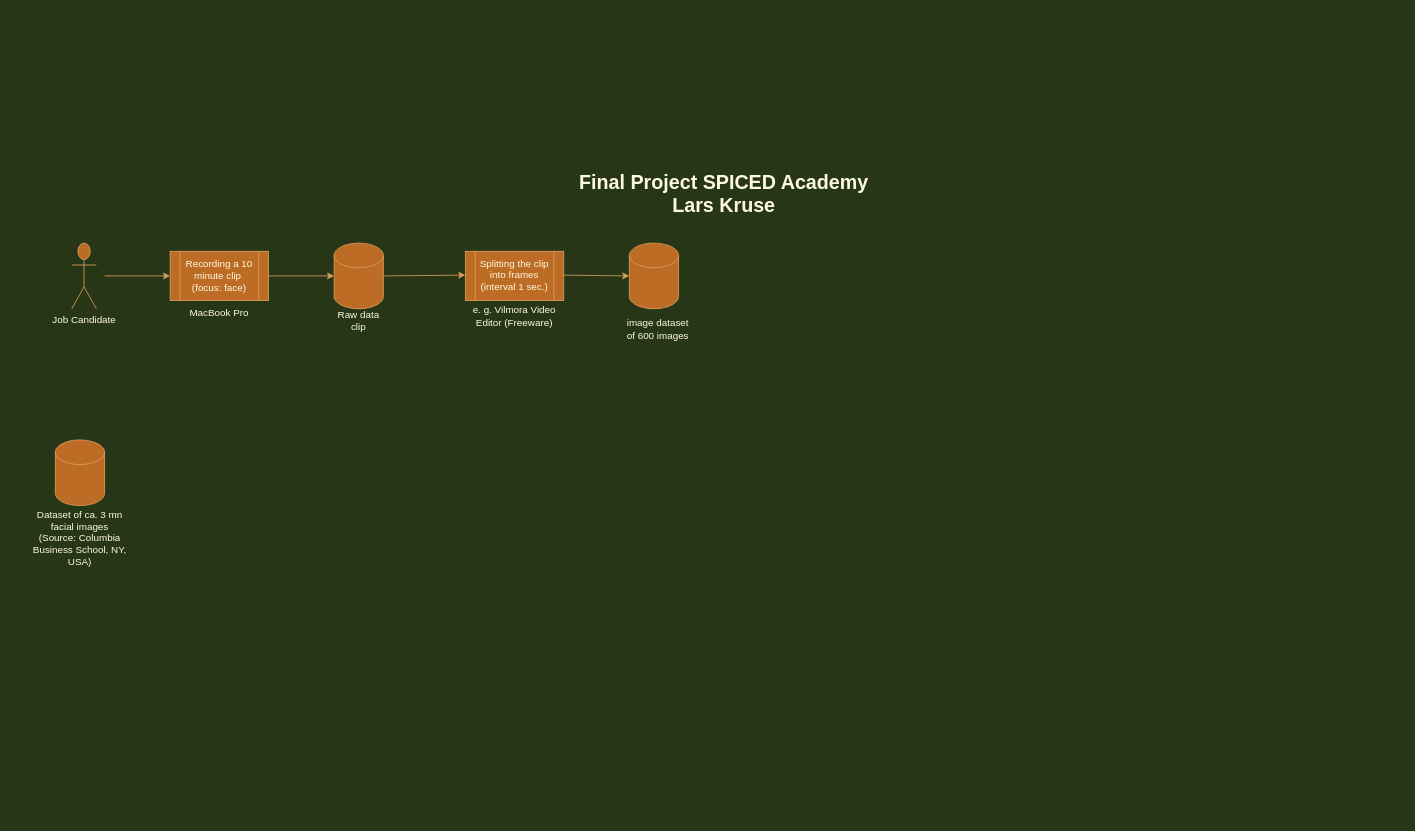
Above: page "Page-1" (1 of 2) of Untitled Diagram.drawio in larskruseberlin/week11 (draw.io), before the change. Source tidied: cells renumbered, new cells numbered last; positions are measured from the earlier drawing's top-left corner, leaving out a move shared by most shapes. Both pictures are drawn from the tidied source at 82%, with x=0, y=0 at pixel (30, 177).
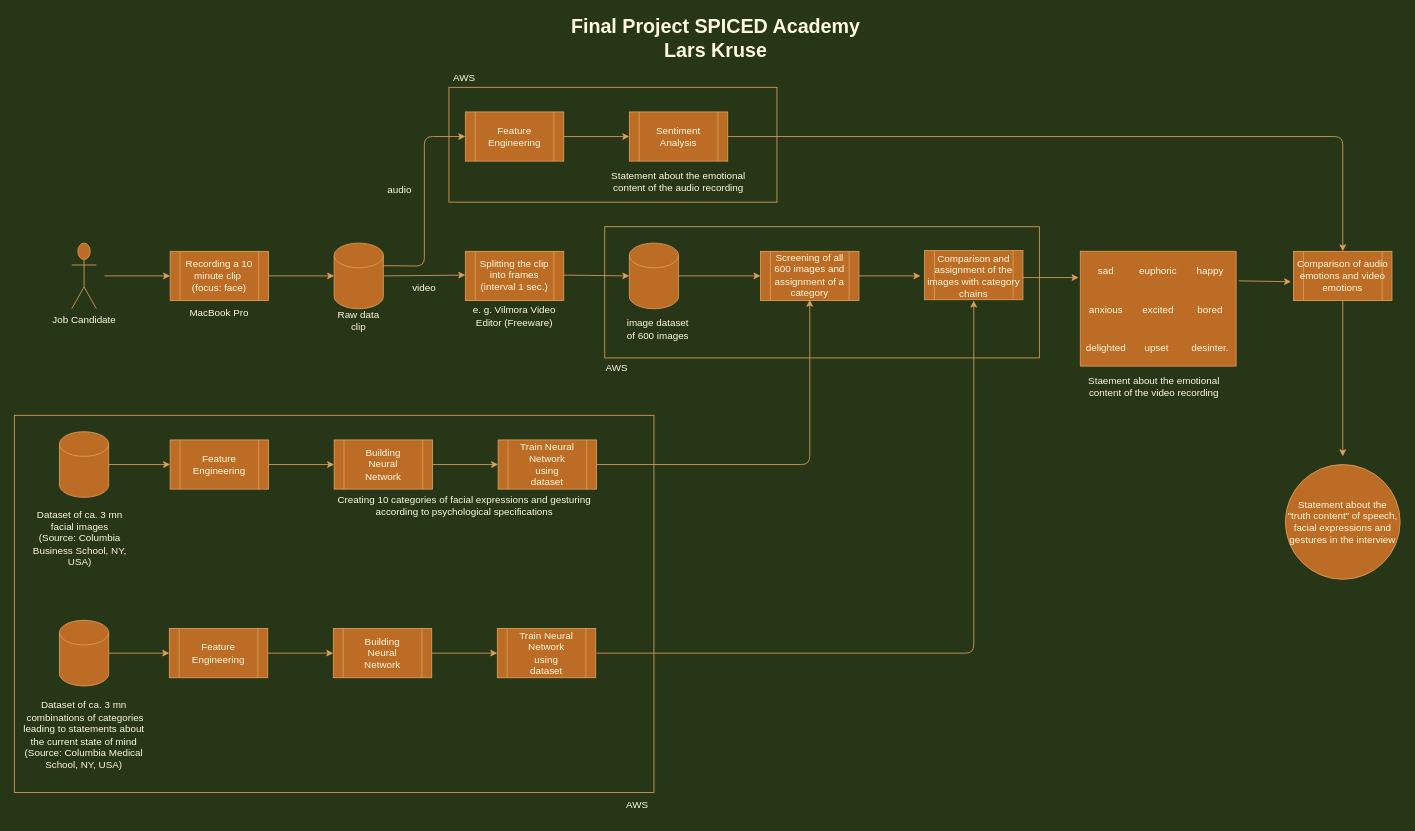
The same diagram, later.

The change refers to these unchanged cells:
```xml
<mxCell id="4" style="shape=cylinder3;whiteSpace=wrap;html=1;boundedLbl=1;backgroundOutline=1;size=15;fontColor=#FEFAE0;fillColor=#BC6C25;strokeColor=#DDA15E;" parent="1" vertex="1">
  <mxGeometry x="370" y="80" width="60" height="80" as="geometry" />
</mxCell>
<mxCell id="12" value="Splitting the clip &lt;br&gt;into frames&lt;br&gt;(interval 1 sec.)" style="text;html=1;strokeColor=none;fillColor=none;align=center;verticalAlign=middle;whiteSpace=wrap;rounded=0;fontColor=#FEFAE0;" parent="1" vertex="1">
  <mxGeometry x="530" y="94" width="120" height="50" as="geometry" />
</mxCell>
<mxCell id="14" style="shape=cylinder3;whiteSpace=wrap;html=1;boundedLbl=1;backgroundOutline=1;size=15;fontColor=#FEFAE0;fillColor=#BC6C25;strokeColor=#DDA15E;" parent="1" vertex="1">
  <mxGeometry x="730" y="80" width="60" height="80" as="geometry" />
</mxCell>
```

Diff of the diagram source:
```diff
@@
     <mxCell id="2" value="Final Project SPICED Academy&lt;br&gt;Lars Kruse" style="text;strokeColor=none;fillColor=none;html=1;fontSize=24;fontStyle=1;verticalAlign=middle;align=center;fontColor=#FEFAE0;" parent="1" vertex="1">
-      <mxGeometry x="50" width="1590" height="40" as="geometry" />
+      <mxGeometry x="40" y="-190" width="1590" height="40" as="geometry" />
     </mxCell>
@@
-    <mxCell id="13" style="endArrow=classic;html=1;rounded=0;fontColor=#FEFAE0;exitX=1;exitY=0.5;exitDx=0;exitDy=0;exitPerimeter=0;entryX=0;entryY=0.5;entryDx=0;entryDy=0;labelBackgroundColor=#283618;strokeColor=#DDA15E;" parent="1" edge="1" source="4" target="12">
+    <mxCell id="13" style="endArrow=classic;html=1;rounded=0;fontColor=#FEFAE0;exitX=1;exitY=0.5;exitDx=0;exitDy=0;exitPerimeter=0;entryX=0;entryY=0.5;entryDx=0;entryDy=0;labelBackgroundColor=#283618;strokeColor=#DDA15E;startArrow=none;" parent="1" edge="1" source="4" target="12">
       <mxGeometry relative="1" as="geometry" />
     </mxCell>
@@
     <mxCell id="18" style="shape=cylinder3;whiteSpace=wrap;html=1;boundedLbl=1;backgroundOutline=1;size=15;rounded=0;sketch=0;fontColor=#FEFAE0;strokeColor=#DDA15E;fillColor=#BC6C25;" parent="1" vertex="1">
-      <mxGeometry x="30" y="320" width="60" height="80" as="geometry" />
+      <mxGeometry x="35" y="310" width="60" height="80" as="geometry" />
     </mxCell>
@@
+    <mxCell id="20" style="shape=process;whiteSpace=wrap;html=1;backgroundOutline=1;rounded=0;sketch=0;fontColor=#FEFAE0;strokeColor=#DDA15E;fillColor=#BC6C25;" parent="1" vertex="1">
+      <mxGeometry x="370" y="320" width="120" height="60" as="geometry" />
+    </mxCell>
+    <mxCell id="21" value="Building Neural Network" style="text;html=1;strokeColor=none;fillColor=none;align=center;verticalAlign=middle;whiteSpace=wrap;rounded=0;sketch=0;fontColor=#FEFAE0;" parent="1" vertex="1">
+      <mxGeometry x="400" y="335" width="60" height="30" as="geometry" />
+    </mxCell>
+    <mxCell id="22" style="shape=process;whiteSpace=wrap;html=1;backgroundOutline=1;rounded=0;sketch=0;fontColor=#FEFAE0;strokeColor=#DDA15E;fillColor=#BC6C25;" parent="1" vertex="1">
+      <mxGeometry x="570" y="320" width="120" height="60" as="geometry" />
+    </mxCell>
+    <mxCell id="23" value="Train Neural Network using dataset" style="text;html=1;strokeColor=none;fillColor=none;align=center;verticalAlign=middle;whiteSpace=wrap;rounded=0;sketch=0;fontColor=#FEFAE0;" parent="1" vertex="1">
+      <mxGeometry x="595" y="335" width="70" height="30" as="geometry" />
+    </mxCell>
+    <mxCell id="24" style="shape=process;whiteSpace=wrap;html=1;backgroundOutline=1;rounded=0;sketch=0;fontColor=#FEFAE0;strokeColor=#DDA15E;fillColor=#BC6C25;" parent="1" vertex="1">
+      <mxGeometry x="170" y="320" width="120" height="60" as="geometry" />
+    </mxCell>
+    <mxCell id="25" value="Feature Engineering" style="text;html=1;strokeColor=none;fillColor=none;align=center;verticalAlign=middle;whiteSpace=wrap;rounded=0;sketch=0;fontColor=#FEFAE0;" parent="1" vertex="1">
+      <mxGeometry x="200" y="335" width="60" height="30" as="geometry" />
+    </mxCell>
+    <mxCell id="26" style="endArrow=classic;html=1;rounded=1;sketch=0;fontColor=#FEFAE0;strokeColor=#DDA15E;fillColor=#BC6C25;curved=0;exitX=1;exitY=0.5;exitDx=0;exitDy=0;exitPerimeter=0;entryX=0;entryY=0.5;entryDx=0;entryDy=0;" parent="1" edge="1" source="18" target="24">
+      <mxGeometry relative="1" as="geometry" />
+    </mxCell>
+    <mxCell id="27" style="endArrow=classic;html=1;rounded=1;sketch=0;fontColor=#FEFAE0;strokeColor=#DDA15E;fillColor=#BC6C25;curved=0;entryX=0;entryY=0.5;entryDx=0;entryDy=0;" parent="1" edge="1" target="20">
+      <mxGeometry relative="1" as="geometry">
+        <mxPoint x="290" y="350" as="sourcePoint" />
+      </mxGeometry>
+    </mxCell>
+    <mxCell id="28" style="endArrow=classic;html=1;rounded=1;sketch=0;fontColor=#FEFAE0;strokeColor=#DDA15E;fillColor=#BC6C25;curved=0;exitX=1;exitY=0.5;exitDx=0;exitDy=0;entryX=0;entryY=0.5;entryDx=0;entryDy=0;" parent="1" edge="1" source="20" target="22">
+      <mxGeometry relative="1" as="geometry" />
+    </mxCell>
+    <mxCell id="29" value="Creating 10 categories of facial expressions and gesturing according to psychological specifications" style="text;html=1;strokeColor=none;fillColor=none;align=center;verticalAlign=middle;whiteSpace=wrap;rounded=0;sketch=0;fontColor=#FEFAE0;" parent="1" vertex="1">
+      <mxGeometry x="369" y="380" width="320" height="40" as="geometry" />
+    </mxCell>
+    <mxCell id="30" style="shape=process;whiteSpace=wrap;html=1;backgroundOutline=1;rounded=0;sketch=0;fontColor=#FEFAE0;strokeColor=#DDA15E;fillColor=#BC6C25;" parent="1" vertex="1">
+      <mxGeometry x="890" y="90" width="120" height="60" as="geometry" />
+    </mxCell>
+    <mxCell id="31" value="Screening of all 600 images and assignment of a category" style="text;html=1;strokeColor=none;fillColor=none;align=center;verticalAlign=middle;whiteSpace=wrap;rounded=0;sketch=0;fontColor=#FEFAE0;" parent="1" vertex="1">
+      <mxGeometry x="900" y="89" width="100" height="60" as="geometry" />
+    </mxCell>
+    <mxCell id="32" style="endArrow=classic;html=1;rounded=1;sketch=0;fontColor=#FEFAE0;strokeColor=#DDA15E;fillColor=#BC6C25;curved=0;exitX=1;exitY=0.5;exitDx=0;exitDy=0;exitPerimeter=0;entryX=0;entryY=0.5;entryDx=0;entryDy=0;" parent="1" edge="1" source="14" target="30">
+      <mxGeometry relative="1" as="geometry" />
+    </mxCell>
+    <mxCell id="33" style="endArrow=classic;html=1;rounded=1;sketch=0;fontColor=#FEFAE0;strokeColor=#DDA15E;fillColor=#BC6C25;curved=0;exitX=1;exitY=0.5;exitDx=0;exitDy=0;entryX=0.5;entryY=1;entryDx=0;entryDy=0;" parent="1" edge="1" source="22" target="31">
+      <mxGeometry relative="1" as="geometry">
+        <Array as="points">
+          <mxPoint x="950" y="350" />
+        </Array>
+      </mxGeometry>
+    </mxCell>
+    <mxCell id="34" style="shape=cylinder3;whiteSpace=wrap;html=1;boundedLbl=1;backgroundOutline=1;size=15;rounded=0;sketch=0;fontColor=#FEFAE0;strokeColor=#DDA15E;fillColor=#BC6C25;" parent="1" vertex="1">
+      <mxGeometry x="35" y="540" width="60" height="80" as="geometry" />
+    </mxCell>
+    <mxCell id="35" value="Dataset of ca. 3 mn &amp;nbsp;combinations of categories leading to&amp;nbsp;statements about the current state of mind (Source: Columbia Medical School, NY, USA)" style="text;html=1;strokeColor=none;fillColor=none;align=center;verticalAlign=middle;whiteSpace=wrap;rounded=0;sketch=0;fontColor=#FEFAE0;" parent="1" vertex="1">
+      <mxGeometry x="-10" y="630" width="150" height="100" as="geometry" />
+    </mxCell>
+    <mxCell id="36" style="shape=process;whiteSpace=wrap;html=1;backgroundOutline=1;rounded=0;sketch=0;fontColor=#FEFAE0;strokeColor=#DDA15E;fillColor=#BC6C25;" parent="1" vertex="1">
+      <mxGeometry x="369" y="550" width="120" height="60" as="geometry" />
+    </mxCell>
+    <mxCell id="37" value="Building Neural Network" style="text;html=1;strokeColor=none;fillColor=none;align=center;verticalAlign=middle;whiteSpace=wrap;rounded=0;sketch=0;fontColor=#FEFAE0;" parent="1" vertex="1">
+      <mxGeometry x="399" y="565" width="60" height="30" as="geometry" />
+    </mxCell>
+    <mxCell id="38" style="shape=process;whiteSpace=wrap;html=1;backgroundOutline=1;rounded=0;sketch=0;fontColor=#FEFAE0;strokeColor=#DDA15E;fillColor=#BC6C25;" parent="1" vertex="1">
+      <mxGeometry x="569" y="550" width="120" height="60" as="geometry" />
+    </mxCell>
+    <mxCell id="39" value="Train Neural Network using dataset" style="text;html=1;strokeColor=none;fillColor=none;align=center;verticalAlign=middle;whiteSpace=wrap;rounded=0;sketch=0;fontColor=#FEFAE0;" parent="1" vertex="1">
+      <mxGeometry x="594" y="565" width="70" height="30" as="geometry" />
+    </mxCell>
+    <mxCell id="40" style="shape=process;whiteSpace=wrap;html=1;backgroundOutline=1;rounded=0;sketch=0;fontColor=#FEFAE0;strokeColor=#DDA15E;fillColor=#BC6C25;" parent="1" vertex="1">
+      <mxGeometry x="169" y="550" width="120" height="60" as="geometry" />
+    </mxCell>
+    <mxCell id="41" value="Feature Engineering" style="text;html=1;strokeColor=none;fillColor=none;align=center;verticalAlign=middle;whiteSpace=wrap;rounded=0;sketch=0;fontColor=#FEFAE0;" parent="1" vertex="1">
+      <mxGeometry x="199" y="565" width="60" height="30" as="geometry" />
+    </mxCell>
+    <mxCell id="42" style="endArrow=classic;html=1;rounded=1;sketch=0;fontColor=#FEFAE0;strokeColor=#DDA15E;fillColor=#BC6C25;curved=0;entryX=0;entryY=0.5;entryDx=0;entryDy=0;" parent="1" edge="1" target="36">
+      <mxGeometry relative="1" as="geometry">
+        <mxPoint x="289" y="580" as="sourcePoint" />
+      </mxGeometry>
+    </mxCell>
+    <mxCell id="43" style="endArrow=classic;html=1;rounded=1;sketch=0;fontColor=#FEFAE0;strokeColor=#DDA15E;fillColor=#BC6C25;curved=0;exitX=1;exitY=0.5;exitDx=0;exitDy=0;entryX=0;entryY=0.5;entryDx=0;entryDy=0;" parent="1" edge="1" source="36" target="38">
+      <mxGeometry relative="1" as="geometry" />
+    </mxCell>
+    <mxCell id="44" style="endArrow=classic;html=1;rounded=1;sketch=0;fontColor=#FEFAE0;strokeColor=#DDA15E;fillColor=#BC6C25;curved=0;entryX=0;entryY=0.5;entryDx=0;entryDy=0;" parent="1" edge="1" target="40">
+      <mxGeometry relative="1" as="geometry">
+        <mxPoint x="95" y="580" as="sourcePoint" />
+      </mxGeometry>
+    </mxCell>
+    <mxCell id="45" style="shape=process;whiteSpace=wrap;html=1;backgroundOutline=1;rounded=0;sketch=0;fontColor=#FEFAE0;strokeColor=#DDA15E;fillColor=#BC6C25;" parent="1" vertex="1">
+      <mxGeometry x="1090" y="89" width="120" height="60" as="geometry" />
+    </mxCell>
+    <mxCell id="46" value="Comparison and assignment of the images with category chains" style="text;html=1;strokeColor=none;fillColor=none;align=center;verticalAlign=middle;whiteSpace=wrap;rounded=0;sketch=0;fontColor=#FEFAE0;" parent="1" vertex="1">
+      <mxGeometry x="1085" y="100" width="130" height="40" as="geometry" />
+    </mxCell>
+    <mxCell id="47" style="endArrow=classic;html=1;rounded=1;sketch=0;fontColor=#FEFAE0;strokeColor=#DDA15E;fillColor=#BC6C25;curved=0;exitX=1;exitY=0.5;exitDx=0;exitDy=0;entryX=0;entryY=0.5;entryDx=0;entryDy=0;" parent="1" edge="1" source="30" target="46">
+      <mxGeometry relative="1" as="geometry" />
+    </mxCell>
+    <mxCell id="48" style="endArrow=classic;html=1;rounded=1;sketch=0;fontColor=#FEFAE0;strokeColor=#DDA15E;fillColor=#BC6C25;curved=0;" parent="1" edge="1">
+      <mxGeometry relative="1" as="geometry">
+        <mxPoint x="690" y="580" as="sourcePoint" />
+        <mxPoint x="1150" y="150" as="targetPoint" />
+        <Array as="points">
+          <mxPoint x="1150" y="580" />
+        </Array>
+      </mxGeometry>
+    </mxCell>
+    <mxCell id="49" style="shape=process;whiteSpace=wrap;html=1;backgroundOutline=1;rounded=0;sketch=0;fontColor=#FEFAE0;strokeColor=#DDA15E;fillColor=#BC6C25;" parent="1" vertex="1">
+      <mxGeometry x="730" y="-80" width="120" height="60" as="geometry" />
+    </mxCell>
+    <mxCell id="50" value="video" style="text;html=1;strokeColor=none;fillColor=none;align=center;verticalAlign=middle;whiteSpace=wrap;rounded=0;sketch=0;fontColor=#FEFAE0;" parent="1" vertex="1">
+      <mxGeometry x="450" y="120" width="60" height="30" as="geometry" />
+    </mxCell>
+    <mxCell id="51" style="endArrow=classic;html=1;rounded=1;sketch=0;fontColor=#FEFAE0;strokeColor=#DDA15E;fillColor=#BC6C25;curved=0;exitX=1;exitY=0;exitDx=0;exitDy=27.5;exitPerimeter=0;entryX=0;entryY=0.5;entryDx=0;entryDy=0;" parent="1" edge="1" source="4" target="55">
+      <mxGeometry relative="1" as="geometry">
+        <Array as="points">
+          <mxPoint x="480" y="108" />
+          <mxPoint x="480" y="-50" />
+        </Array>
+      </mxGeometry>
+    </mxCell>
+    <mxCell id="52" value="audio" style="text;html=1;strokeColor=none;fillColor=none;align=center;verticalAlign=middle;whiteSpace=wrap;rounded=0;sketch=0;fontColor=#FEFAE0;" parent="1" vertex="1">
+      <mxGeometry x="420" width="60" height="30" as="geometry" />
+    </mxCell>
+    <mxCell id="53" value="Sentiment Analysis" style="text;html=1;strokeColor=none;fillColor=none;align=center;verticalAlign=middle;whiteSpace=wrap;rounded=0;sketch=0;fontColor=#FEFAE0;" parent="1" vertex="1">
+      <mxGeometry x="760" y="-65" width="60" height="30" as="geometry" />
+    </mxCell>
+    <mxCell id="54" value="Statement about the emotional content of the audio recording" style="text;html=1;strokeColor=none;fillColor=none;align=center;verticalAlign=middle;whiteSpace=wrap;rounded=0;sketch=0;fontColor=#FEFAE0;" parent="1" vertex="1">
+      <mxGeometry x="705" y="-10" width="170" height="30" as="geometry" />
+    </mxCell>
+    <mxCell id="55" style="shape=process;whiteSpace=wrap;html=1;backgroundOutline=1;rounded=0;sketch=0;fontColor=#FEFAE0;strokeColor=#DDA15E;fillColor=#BC6C25;" parent="1" vertex="1">
+      <mxGeometry x="530" y="-80" width="120" height="60" as="geometry" />
+    </mxCell>
+    <mxCell id="56" value="Feature Engineering" style="text;html=1;strokeColor=none;fillColor=none;align=center;verticalAlign=middle;whiteSpace=wrap;rounded=0;sketch=0;fontColor=#FEFAE0;" parent="1" vertex="1">
+      <mxGeometry x="560" y="-65" width="60" height="30" as="geometry" />
+    </mxCell>
+    <mxCell id="57" style="endArrow=classic;html=1;rounded=1;sketch=0;fontColor=#FEFAE0;strokeColor=#DDA15E;fillColor=#BC6C25;curved=0;exitX=1;exitY=0.5;exitDx=0;exitDy=0;entryX=0;entryY=0.5;entryDx=0;entryDy=0;" parent="1" edge="1" source="55" target="49">
+      <mxGeometry relative="1" as="geometry" />
+    </mxCell>
+    <mxCell id="58" style="shape=table;html=1;whiteSpace=wrap;startSize=0;childLayout=tableLayout;columnLines=0;rowLines=0;rounded=0;sketch=0;fontColor=#FEFAE0;strokeColor=#DDA15E;fillColor=#BC6C25;" parent="1" vertex="1">
+      <mxGeometry x="1280" y="90" width="190" height="140" as="geometry" />
+    </mxCell>
+    <mxCell id="59" style="shape=tableRow;horizontal=0;startSize=0;swimlaneHead=0;swimlaneBody=0;top=0;left=0;bottom=0;right=0;fillColor=none;points=[[0,0.5],[1,0.5]];portConstraint=eastwest;rounded=0;sketch=0;fontColor=#FEFAE0;strokeColor=#DDA15E;" parent="58" vertex="1">
+      <mxGeometry width="190" height="48" as="geometry" />
+    </mxCell>
+    <mxCell id="60" value="sad" style="shape=partialRectangle;html=1;whiteSpace=wrap;fillColor=none;top=0;left=0;bottom=0;right=0;overflow=hidden;fontSize=12;rounded=0;sketch=0;fontColor=#FEFAE0;strokeColor=#DDA15E;" parent="59" vertex="1">
+      <mxGeometry width="63" height="48" as="geometry" />
+    </mxCell>
+    <mxCell id="61" value="euphoric" style="shape=partialRectangle;html=1;whiteSpace=wrap;fillColor=none;top=0;left=0;bottom=0;right=0;overflow=hidden;fontSize=12;rounded=0;sketch=0;fontColor=#FEFAE0;strokeColor=#DDA15E;" parent="59" vertex="1">
+      <mxGeometry x="63" width="64" height="48" as="geometry" />
+    </mxCell>
+    <mxCell id="62" value="happy" style="shape=partialRectangle;html=1;whiteSpace=wrap;fillColor=none;top=0;left=0;bottom=0;right=0;overflow=hidden;fontSize=12;rounded=0;sketch=0;fontColor=#FEFAE0;strokeColor=#DDA15E;" parent="59" vertex="1">
+      <mxGeometry x="127" width="63" height="48" as="geometry" />
+    </mxCell>
+    <mxCell id="63" style="shape=tableRow;horizontal=0;startSize=0;swimlaneHead=0;swimlaneBody=0;top=0;left=0;bottom=0;right=0;fillColor=none;rounded=0;sketch=0;fontColor=#FEFAE0;strokeColor=#DDA15E;" parent="58" vertex="1">
+      <mxGeometry y="48" width="190" height="47" as="geometry" />
+    </mxCell>
+    <mxCell id="64" value="anxious" style="shape=partialRectangle;html=1;whiteSpace=wrap;fillColor=none;top=0;left=0;bottom=0;right=0;overflow=hidden;fontSize=12;rounded=0;sketch=0;fontColor=#FEFAE0;strokeColor=#DDA15E;" parent="63" vertex="1">
+      <mxGeometry width="63" height="47" as="geometry" />
+    </mxCell>
+    <mxCell id="65" value="excited" style="shape=partialRectangle;html=1;whiteSpace=wrap;fillColor=none;top=0;left=0;bottom=0;right=0;overflow=hidden;fontSize=12;rounded=0;sketch=0;fontColor=#FEFAE0;strokeColor=#DDA15E;" parent="63" vertex="1">
+      <mxGeometry x="63" width="64" height="47" as="geometry" />
+    </mxCell>
+    <mxCell id="66" value="bored" style="shape=partialRectangle;html=1;whiteSpace=wrap;fillColor=none;top=0;left=0;bottom=0;right=0;overflow=hidden;fontSize=12;rounded=0;sketch=0;fontColor=#FEFAE0;strokeColor=#DDA15E;" parent="63" vertex="1">
+      <mxGeometry x="127" width="63" height="47" as="geometry" />
+    </mxCell>
+    <mxCell id="67" style="shape=tableRow;horizontal=0;startSize=0;swimlaneHead=0;swimlaneBody=0;top=0;left=0;bottom=0;right=0;fillColor=none;rounded=0;sketch=0;fontColor=#FEFAE0;strokeColor=#DDA15E;" parent="58" vertex="1">
+      <mxGeometry y="95" width="190" height="45" as="geometry" />
+    </mxCell>
+    <mxCell id="68" value="delighted" style="shape=partialRectangle;html=1;whiteSpace=wrap;fillColor=none;top=0;left=0;bottom=0;right=0;overflow=hidden;fontSize=12;rounded=0;sketch=0;fontColor=#FEFAE0;strokeColor=#DDA15E;" parent="67" vertex="1">
+      <mxGeometry width="63" height="45" as="geometry" />
+    </mxCell>
+    <mxCell id="69" value="upset&lt;span style=&quot;white-space: pre&quot;&gt; &lt;/span&gt;" style="shape=partialRectangle;html=1;whiteSpace=wrap;fillColor=none;top=0;left=0;bottom=0;right=0;overflow=hidden;fontSize=12;rounded=0;sketch=0;fontColor=#FEFAE0;strokeColor=#DDA15E;" parent="67" vertex="1">
+      <mxGeometry x="63" width="64" height="45" as="geometry" />
+    </mxCell>
+    <mxCell id="70" value="desinter." style="shape=partialRectangle;html=1;whiteSpace=wrap;fillColor=none;top=0;left=0;bottom=0;right=0;overflow=hidden;fontSize=12;rounded=0;sketch=0;fontColor=#FEFAE0;strokeColor=#DDA15E;" parent="67" vertex="1">
+      <mxGeometry x="127" width="63" height="45" as="geometry" />
+    </mxCell>
+    <mxCell id="71" style="endArrow=classic;html=1;rounded=1;sketch=0;fontColor=#FEFAE0;strokeColor=#DDA15E;fillColor=#BC6C25;curved=0;entryX=-0.011;entryY=0.667;entryDx=0;entryDy=0;entryPerimeter=0;" parent="1" edge="1" target="59">
+      <mxGeometry relative="1" as="geometry">
+        <mxPoint x="1210" y="122" as="sourcePoint" />
+      </mxGeometry>
+    </mxCell>
+    <mxCell id="72" style="shape=process;whiteSpace=wrap;html=1;backgroundOutline=1;rounded=0;sketch=0;fontColor=#FEFAE0;strokeColor=#DDA15E;fillColor=#BC6C25;" parent="1" vertex="1">
+      <mxGeometry x="1540" y="90" width="120" height="60" as="geometry" />
+    </mxCell>
+    <mxCell id="73" value="Comparison of audio emotions and video emotions" style="text;html=1;strokeColor=none;fillColor=none;align=center;verticalAlign=middle;whiteSpace=wrap;rounded=0;sketch=0;fontColor=#FEFAE0;" parent="1" vertex="1">
+      <mxGeometry x="1540" y="90" width="120" height="60" as="geometry" />
+    </mxCell>
+    <mxCell id="74" style="ellipse;whiteSpace=wrap;html=1;rounded=0;sketch=0;fontColor=#FEFAE0;strokeColor=#DDA15E;fillColor=#BC6C25;" parent="1" vertex="1">
+      <mxGeometry x="1530" y="350" width="140" height="140" as="geometry" />
+    </mxCell>
+    <mxCell id="75" value="Statement about the &quot;truth content&quot; of speech, facial expressions and gestures in the interview" style="text;html=1;strokeColor=none;fillColor=none;align=center;verticalAlign=middle;whiteSpace=wrap;rounded=0;sketch=0;fontColor=#FEFAE0;" parent="1" vertex="1">
+      <mxGeometry x="1530" y="355" width="140" height="130" as="geometry" />
+    </mxCell>
+    <mxCell id="76" style="endArrow=classic;html=1;rounded=1;sketch=0;fontColor=#FEFAE0;strokeColor=#DDA15E;fillColor=#BC6C25;curved=0;exitX=0.5;exitY=1;exitDx=0;exitDy=0;" parent="1" edge="1" source="73">
+      <mxGeometry relative="1" as="geometry">
+        <mxPoint x="1600" y="340" as="targetPoint" />
+      </mxGeometry>
+    </mxCell>
+    <mxCell id="77" style="endArrow=classic;html=1;rounded=1;sketch=0;fontColor=#FEFAE0;strokeColor=#DDA15E;fillColor=#BC6C25;curved=0;exitX=1.016;exitY=0.75;exitDx=0;exitDy=0;exitPerimeter=0;entryX=-0.025;entryY=0.617;entryDx=0;entryDy=0;entryPerimeter=0;" parent="1" edge="1" source="59" target="72">
+      <mxGeometry relative="1" as="geometry" />
+    </mxCell>
+    <mxCell id="78" value="Staement about the emotional content of the video recording" style="text;html=1;strokeColor=none;fillColor=none;align=center;verticalAlign=middle;whiteSpace=wrap;rounded=0;sketch=0;fontColor=#FEFAE0;" parent="1" vertex="1">
+      <mxGeometry x="1270" y="240" width="200" height="30" as="geometry" />
+    </mxCell>
+    <mxCell id="79" style="endArrow=classic;html=1;rounded=1;sketch=0;fontColor=#FEFAE0;strokeColor=#DDA15E;fillColor=#BC6C25;curved=0;exitX=1;exitY=0.5;exitDx=0;exitDy=0;entryX=0.5;entryY=0;entryDx=0;entryDy=0;" parent="1" edge="1" source="49" target="73">
+      <mxGeometry relative="1" as="geometry">
+        <Array as="points">
+          <mxPoint x="1600" y="-50" />
+        </Array>
+      </mxGeometry>
+    </mxCell>
+    <mxCell id="80" style="rounded=0;whiteSpace=wrap;html=1;sketch=0;fontColor=#FEFAE0;strokeColor=#DDA15E;fillColor=none;" parent="1" vertex="1">
+      <mxGeometry x="-20" y="290" width="780" height="460" as="geometry" />
+    </mxCell>
+    <mxCell id="81" value="AWS" style="text;html=1;strokeColor=none;fillColor=none;align=center;verticalAlign=middle;whiteSpace=wrap;rounded=0;sketch=0;fontColor=#FEFAE0;" parent="1" vertex="1">
+      <mxGeometry x="710" y="750" width="60" height="30" as="geometry" />
+    </mxCell>
+    <mxCell id="82" style="rounded=0;whiteSpace=wrap;html=1;sketch=0;fontColor=#FEFAE0;strokeColor=#DDA15E;fillColor=none;" parent="1" vertex="1">
+      <mxGeometry x="700" y="60" width="530" height="160" as="geometry" />
+    </mxCell>
+    <mxCell id="83" value="AWS" style="text;html=1;strokeColor=none;fillColor=none;align=center;verticalAlign=middle;whiteSpace=wrap;rounded=0;sketch=0;fontColor=#FEFAE0;" parent="1" vertex="1">
+      <mxGeometry x="685" y="217" width="60" height="30" as="geometry" />
+    </mxCell>
+    <mxCell id="84" style="rounded=0;whiteSpace=wrap;html=1;sketch=0;fontColor=#FEFAE0;strokeColor=#DDA15E;fillColor=none;" parent="1" vertex="1">
+      <mxGeometry x="510" y="-110" width="400" height="140" as="geometry" />
+    </mxCell>
+    <mxCell id="85" value="AWS" style="text;html=1;strokeColor=none;fillColor=none;align=center;verticalAlign=middle;whiteSpace=wrap;rounded=0;sketch=0;fontColor=#FEFAE0;" parent="1" vertex="1">
+      <mxGeometry x="499" y="-136" width="60" height="30" as="geometry" />
+    </mxCell>
```
